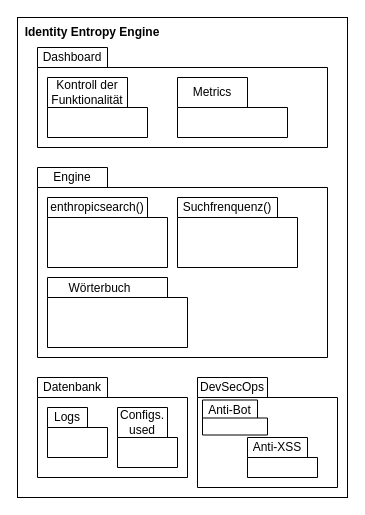
This is 05_UML/Packetdiagramm.drawio from limemime/BHT_Softwaretechnik_SS26_JEstrada, a draw.io file, before an edit. Source tidied: cells renumbered, new cells numbered last; positions are measured from the earlier drawing's top-left corner, leaving out a move shared by most shapes. Both pictures are drawn from the tidied source at 100%, with x=0, y=0 at pixel (17, 17).
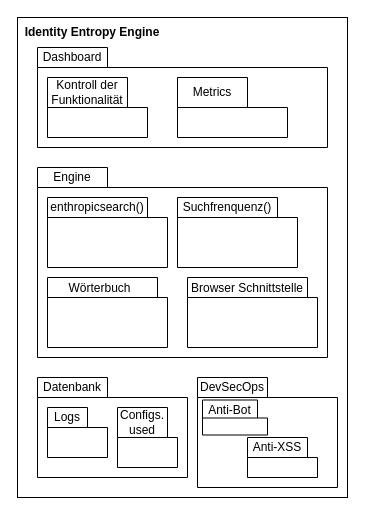
The same page after the edit.

The edit, as a diff of the source:
```diff
@@
-    <mxCell id="16" style="shape=folder;fontStyle=1;spacingTop=10;tabWidth=120;tabHeight=20;tabPosition=left;html=1;whiteSpace=wrap;" parent="1" vertex="1">
-      <mxGeometry x="30" y="260" width="140" height="70" as="geometry" />
+    <mxCell id="16" style="shape=folder;fontStyle=1;spacingTop=10;tabWidth=110;tabHeight=20;tabPosition=left;html=1;whiteSpace=wrap;" parent="1" vertex="1">
+      <mxGeometry x="30" y="260" width="120" height="70" as="geometry" />
     </mxCell>
@@
+    <mxCell id="30" style="shape=folder;fontStyle=1;spacingTop=10;tabWidth=120;tabHeight=20;tabPosition=left;html=1;whiteSpace=wrap;" parent="1" vertex="1">
+      <mxGeometry x="170" y="260" width="130" height="70" as="geometry" />
+    </mxCell>
+    <mxCell id="31" value="Browser Schnittstelle" style="text;html=1;whiteSpace=wrap;strokeColor=none;fillColor=none;align=center;verticalAlign=middle;rounded=0;" parent="1" vertex="1">
+      <mxGeometry x="170" y="270" width="120" as="geometry" />
+    </mxCell>
```
